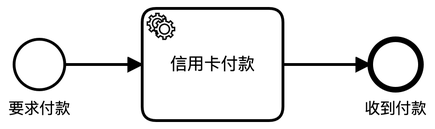
Before: guide/payment.png, a diagram exported from BPMN (tonyxia2016/approval-system). Its source is kept beside it as guide/camunda-quick-start/payment.bpmn. Ids are renumbered. The source it was exported from:
```xml
<bpmn:definitions xmlns:bpmn="http://www.omg.org/spec/BPMN/20100524/MODEL" xmlns:bpmndi="http://www.omg.org/spec/BPMN/20100524/DI" xmlns:dc="http://www.omg.org/spec/DD/20100524/DC" xmlns:camunda="http://camunda.org/schema/1.0/bpmn" xmlns:di="http://www.omg.org/spec/DD/20100524/DI" id="Definitions_n1" targetNamespace="http://bpmn.io/schema/bpmn" exporter="Camunda Modeler" exporterVersion="4.0.0">
  <bpmn:process id="payment-retrieval" name="收款流程" isExecutable="true">
    <bpmn:startEvent id="StartEvent_1" name="要求付款">
      <bpmn:outgoing>Flow_n2</bpmn:outgoing>
    </bpmn:startEvent>
    <bpmn:sequenceFlow id="Flow_n2" sourceRef="StartEvent_1" targetRef="Activity_n3" />
    <bpmn:serviceTask id="Activity_n3" name="信用卡付款" camunda:type="external" camunda:topic="charge-card">
      <bpmn:incoming>Flow_n2</bpmn:incoming>
      <bpmn:outgoing>Flow_n4</bpmn:outgoing>
    </bpmn:serviceTask>
    <bpmn:endEvent id="Event_n5" name="收到付款">
      <bpmn:incoming>Flow_n4</bpmn:incoming>
    </bpmn:endEvent>
    <bpmn:sequenceFlow id="Flow_n4" sourceRef="Activity_n3" targetRef="Event_n5" />
  </bpmn:process>
  <bpmndi:BPMNDiagram id="BPMNDiagram_1">
    <bpmndi:BPMNPlane id="BPMNPlane_1" bpmnElement="payment-retrieval">
      <bpmndi:BPMNEdge id="Flow_n2_di" bpmnElement="Flow_n2">
        <di:waypoint x="215" y="117" />
        <di:waypoint x="270" y="117" />
      </bpmndi:BPMNEdge>
      <bpmndi:BPMNEdge id="Flow_n4_di" bpmnElement="Flow_n4">
        <di:waypoint x="370" y="117" />
        <di:waypoint x="432" y="117" />
      </bpmndi:BPMNEdge>
      <bpmndi:BPMNShape id="_BPMNShape_StartEvent_2" bpmnElement="StartEvent_1">
        <dc:Bounds x="179" y="99" width="36" height="36" />
        <bpmndi:BPMNLabel>
          <dc:Bounds x="175" y="142" width="44" height="14" />
        </bpmndi:BPMNLabel>
      </bpmndi:BPMNShape>
      <bpmndi:BPMNShape id="Activity_1woe9n4_di" bpmnElement="Activity_n3">
        <dc:Bounds x="270" y="77" width="100" height="80" />
      </bpmndi:BPMNShape>
      <bpmndi:BPMNShape id="Event_n5_di" bpmnElement="Event_n5">
        <dc:Bounds x="432" y="99" width="36" height="36" />
        <bpmndi:BPMNLabel>
          <dc:Bounds x="428" y="142" width="44" height="14" />
        </bpmndi:BPMNLabel>
      </bpmndi:BPMNShape>
    </bpmndi:BPMNPlane>
  </bpmndi:BPMNDiagram>
</bpmn:definitions>
```
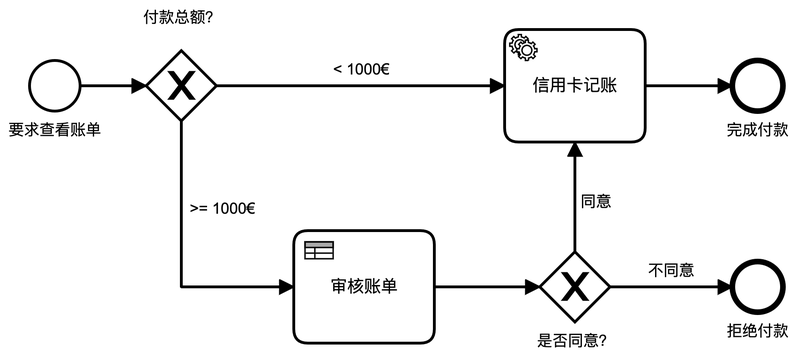
After the commit.

The edit, as a diff of the source:
```diff
@@ -1,42 +1,127 @@
-<bpmn:definitions xmlns:bpmn="http://www.omg.org/spec/BPMN/20100524/MODEL" xmlns:bpmndi="http://www.omg.org/spec/BPMN/20100524/DI" xmlns:dc="http://www.omg.org/spec/DD/20100524/DC" xmlns:camunda="http://camunda.org/schema/1.0/bpmn" xmlns:di="http://www.omg.org/spec/DD/20100524/DI" id="Definitions_n1" targetNamespace="http://bpmn.io/schema/bpmn" exporter="Camunda Modeler" exporterVersion="4.0.0">
-  <bpmn:process id="payment-retrieval" name="收款流程" isExecutable="true">
-    <bpmn:startEvent id="StartEvent_1" name="要求付款">
-      <bpmn:outgoing>Flow_n2</bpmn:outgoing>
+<bpmn:definitions xmlns:bpmn="http://www.omg.org/spec/BPMN/20100524/MODEL" xmlns:bpmndi="http://www.omg.org/spec/BPMN/20100524/DI" xmlns:dc="http://www.omg.org/spec/DD/20100524/DC" xmlns:camunda="http://camunda.org/schema/1.0/bpmn" xmlns:di="http://www.omg.org/spec/DD/20100524/DI" xmlns:xsi="http://www.w3.org/2001/XMLSchema-instance" id="Definitions_n1" targetNamespace="http://bpmn.io/schema/bpmn" exporter="Camunda Modeler" exporterVersion="4.0.0">
+  <bpmn:process id="payment-retrieval" name="付款流程" isExecutable="true">
+    <bpmn:startEvent id="StartEvent_1" name="要求查看账单">
+      <bpmn:outgoing>Flow_n6</bpmn:outgoing>
     </bpmn:startEvent>
-    <bpmn:sequenceFlow id="Flow_n2" sourceRef="StartEvent_1" targetRef="Activity_n3" />
-    <bpmn:serviceTask id="Activity_n3" name="信用卡付款" camunda:type="external" camunda:topic="charge-card">
-      <bpmn:incoming>Flow_n2</bpmn:incoming>
+    <bpmn:serviceTask id="Activity_n3" name="信用卡记账" camunda:type="external" camunda:topic="charge-card">
+      <bpmn:incoming>Flow_n7</bpmn:incoming>
+      <bpmn:incoming>Flow_n8</bpmn:incoming>
       <bpmn:outgoing>Flow_n4</bpmn:outgoing>
     </bpmn:serviceTask>
-    <bpmn:endEvent id="Event_n5" name="收到付款">
+    <bpmn:endEvent id="Event_n5" name="完成付款">
       <bpmn:incoming>Flow_n4</bpmn:incoming>
     </bpmn:endEvent>
     <bpmn:sequenceFlow id="Flow_n4" sourceRef="Activity_n3" targetRef="Event_n5" />
+    <bpmn:sequenceFlow id="Flow_n9" sourceRef="Activity_n10" targetRef="Gateway_n11" />
+    <bpmn:sequenceFlow id="Flow_n6" sourceRef="StartEvent_1" targetRef="Gateway_n12" />
+    <bpmn:exclusiveGateway id="Gateway_n12" name="付款总额？">
+      <bpmn:incoming>Flow_n6</bpmn:incoming>
+      <bpmn:outgoing>Flow_n13</bpmn:outgoing>
+      <bpmn:outgoing>Flow_n7</bpmn:outgoing>
+    </bpmn:exclusiveGateway>
+    <bpmn:sequenceFlow id="Flow_n13" name="&#62;= 1000€" sourceRef="Gateway_n12" targetRef="Activity_n10">
+      <bpmn:conditionExpression xsi:type="bpmn:tFormalExpression">${amount &gt;= 1000}</bpmn:conditionExpression>
+    </bpmn:sequenceFlow>
+    <bpmn:exclusiveGateway id="Gateway_n11" name="是否同意？">
+      <bpmn:incoming>Flow_n9</bpmn:incoming>
+      <bpmn:outgoing>Flow_n8</bpmn:outgoing>
+      <bpmn:outgoing>Flow_n14</bpmn:outgoing>
+    </bpmn:exclusiveGateway>
+    <bpmn:sequenceFlow id="Flow_n7" name="&#60; 1000€" sourceRef="Gateway_n12" targetRef="Activity_n3">
+      <bpmn:conditionExpression xsi:type="bpmn:tFormalExpression">${amount &lt; 1000}</bpmn:conditionExpression>
+    </bpmn:sequenceFlow>
+    <bpmn:sequenceFlow id="Flow_n8" name="同意" sourceRef="Gateway_n11" targetRef="Activity_n3">
+      <bpmn:conditionExpression xsi:type="bpmn:tFormalExpression">${approved}</bpmn:conditionExpression>
+    </bpmn:sequenceFlow>
+    <bpmn:endEvent id="Event_n15" name="拒绝付款">
+      <bpmn:incoming>Flow_n14</bpmn:incoming>
+    </bpmn:endEvent>
+    <bpmn:sequenceFlow id="Flow_n14" name="不同意" sourceRef="Gateway_n11" targetRef="Event_n15">
+      <bpmn:conditionExpression xsi:type="bpmn:tFormalExpression">${!approved}</bpmn:conditionExpression>
+    </bpmn:sequenceFlow>
+    <bpmn:businessRuleTask id="Activity_n10" name="审核账单" camunda:resultVariable="approved" camunda:decisionRef="approve-payment" camunda:mapDecisionResult="singleEntry">
+      <bpmn:incoming>Flow_n13</bpmn:incoming>
+      <bpmn:outgoing>Flow_n9</bpmn:outgoing>
+    </bpmn:businessRuleTask>
   </bpmn:process>
   <bpmndi:BPMNDiagram id="BPMNDiagram_1">
     <bpmndi:BPMNPlane id="BPMNPlane_1" bpmnElement="payment-retrieval">
-      <bpmndi:BPMNEdge id="Flow_n2_di" bpmnElement="Flow_n2">
-        <di:waypoint x="215" y="117" />
-        <di:waypoint x="270" y="117" />
+      <bpmndi:BPMNEdge id="Flow_n9_di" bpmnElement="Flow_n9">
+        <di:waypoint x="460" y="260" />
+        <di:waypoint x="535" y="260" />
       </bpmndi:BPMNEdge>
       <bpmndi:BPMNEdge id="Flow_n4_di" bpmnElement="Flow_n4">
-        <di:waypoint x="370" y="117" />
-        <di:waypoint x="432" y="117" />
+        <di:waypoint x="610" y="117" />
+        <di:waypoint x="672" y="117" />
       </bpmndi:BPMNEdge>
-      <bpmndi:BPMNShape id="_BPMNShape_StartEvent_2" bpmnElement="StartEvent_1">
-        <dc:Bounds x="179" y="99" width="36" height="36" />
+      <bpmndi:BPMNEdge id="Flow_n6_di" bpmnElement="Flow_n6">
+        <di:waypoint x="208" y="117" />
+        <di:waypoint x="255" y="117" />
+      </bpmndi:BPMNEdge>
+      <bpmndi:BPMNEdge id="Flow_n13_di" bpmnElement="Flow_n13">
+        <di:waypoint x="280" y="142" />
+        <di:waypoint x="280" y="260" />
+        <di:waypoint x="360" y="260" />
         <bpmndi:BPMNLabel>
-          <dc:Bounds x="175" y="142" width="44" height="14" />
+          <dc:Bounds x="286" y="198" width="47" height="14" />
+        </bpmndi:BPMNLabel>
+      </bpmndi:BPMNEdge>
+      <bpmndi:BPMNEdge id="Flow_n7_di" bpmnElement="Flow_n7">
+        <di:waypoint x="305" y="117" />
+        <di:waypoint x="510" y="117" />
+        <bpmndi:BPMNLabel>
+          <dc:Bounds x="388" y="99" width="41" height="14" />
+        </bpmndi:BPMNLabel>
+      </bpmndi:BPMNEdge>
+      <bpmndi:BPMNEdge id="Flow_n8_di" bpmnElement="Flow_n8">
+        <di:waypoint x="560" y="235" />
+        <di:waypoint x="560" y="157" />
+        <bpmndi:BPMNLabel>
+          <dc:Bounds x="564" y="193" width="22" height="14" />
+        </bpmndi:BPMNLabel>
+      </bpmndi:BPMNEdge>
+      <bpmndi:BPMNEdge id="Flow_n14_di" bpmnElement="Flow_n14">
+        <di:waypoint x="585" y="260" />
+        <di:waypoint x="672" y="260" />
+        <bpmndi:BPMNLabel>
+          <dc:Bounds x="612" y="242" width="33" height="14" />
+        </bpmndi:BPMNLabel>
+      </bpmndi:BPMNEdge>
+      <bpmndi:BPMNShape id="Activity_1woe9n4_di" bpmnElement="Activity_n3">
+        <dc:Bounds x="510" y="77" width="100" height="80" />
+      </bpmndi:BPMNShape>
+      <bpmndi:BPMNShape id="Event_n5_di" bpmnElement="Event_n5">
+        <dc:Bounds x="672" y="99" width="36" height="36" />
+        <bpmndi:BPMNLabel>
+          <dc:Bounds x="668" y="142" width="44" height="14" />
         </bpmndi:BPMNLabel>
       </bpmndi:BPMNShape>
-      <bpmndi:BPMNShape id="Activity_1woe9n4_di" bpmnElement="Activity_n3">
-        <dc:Bounds x="270" y="77" width="100" height="80" />
+      <bpmndi:BPMNShape id="_BPMNShape_StartEvent_2" bpmnElement="StartEvent_1">
+        <dc:Bounds x="172" y="99" width="36" height="36" />
+        <bpmndi:BPMNLabel>
+          <dc:Bounds x="157" y="142" width="66" height="14" />
+        </bpmndi:BPMNLabel>
       </bpmndi:BPMNShape>
-      <bpmndi:BPMNShape id="Event_n5_di" bpmnElement="Event_n5">
-        <dc:Bounds x="432" y="99" width="36" height="36" />
+      <bpmndi:BPMNShape id="Gateway_n12_di" bpmnElement="Gateway_n12" isMarkerVisible="true">
+        <dc:Bounds x="255" y="92" width="50" height="50" />
         <bpmndi:BPMNLabel>
-          <dc:Bounds x="428" y="142" width="44" height="14" />
+          <dc:Bounds x="253" y="62" width="55" height="14" />
         </bpmndi:BPMNLabel>
+      </bpmndi:BPMNShape>
+      <bpmndi:BPMNShape id="Gateway_n11_di" bpmnElement="Gateway_n11" isMarkerVisible="true">
+        <dc:Bounds x="535" y="235" width="50" height="50" />
+        <bpmndi:BPMNLabel>
+          <dc:Bounds x="533" y="292" width="55" height="14" />
+        </bpmndi:BPMNLabel>
+      </bpmndi:BPMNShape>
+      <bpmndi:BPMNShape id="Event_n15_di" bpmnElement="Event_n15">
+        <dc:Bounds x="672" y="242" width="36" height="36" />
+        <bpmndi:BPMNLabel>
+          <dc:Bounds x="668" y="285" width="44" height="14" />
+        </bpmndi:BPMNLabel>
+      </bpmndi:BPMNShape>
+      <bpmndi:BPMNShape id="Activity_1wp91v2_di" bpmnElement="Activity_n10">
+        <dc:Bounds x="360" y="220" width="100" height="80" />
       </bpmndi:BPMNShape>
     </bpmndi:BPMNPlane>
   </bpmndi:BPMNDiagram>
```
